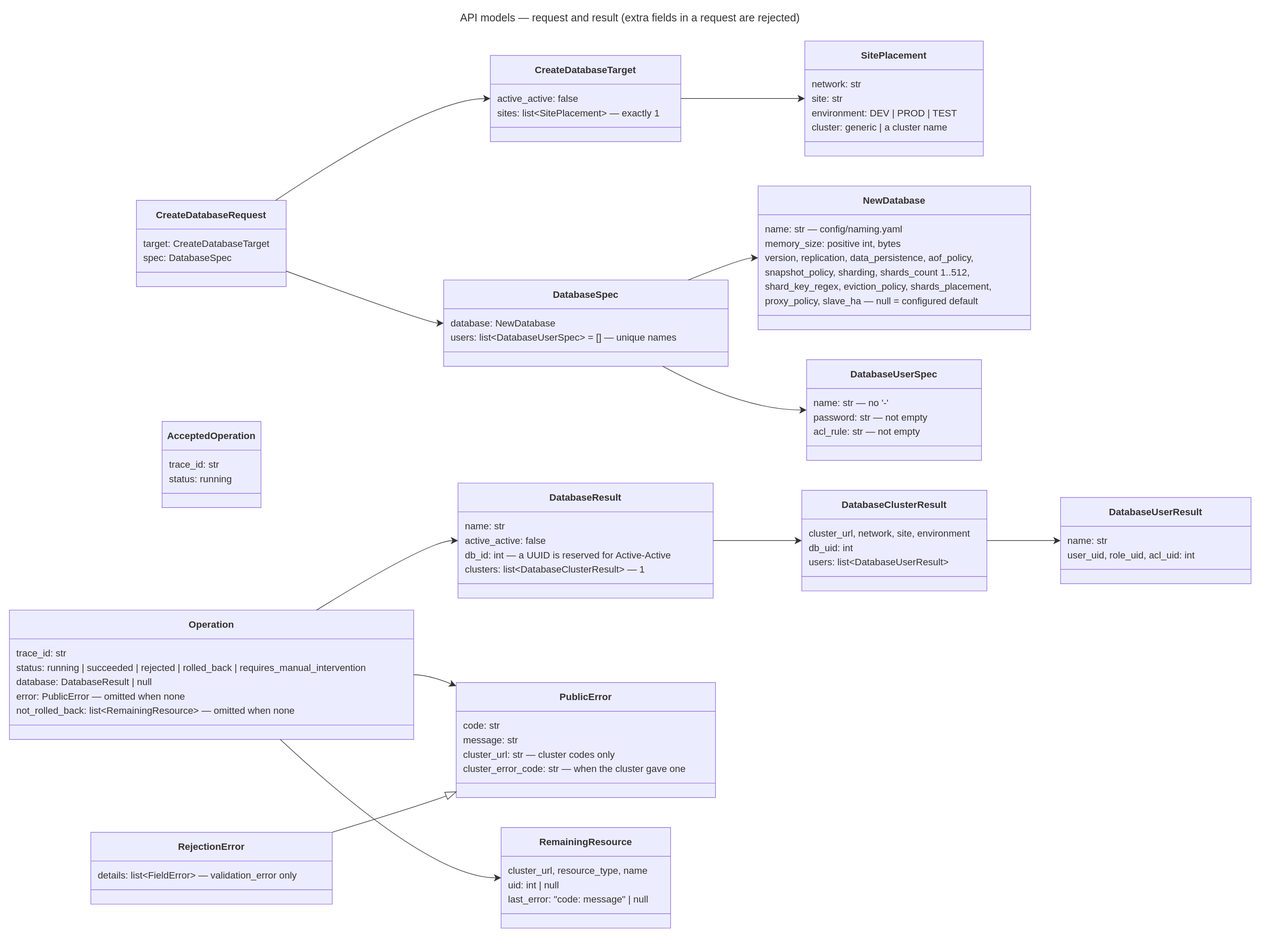
This is docs/diagrams/19-api-models-create.drawio.svg from EliShteinman/redis-enterprise-services, a draw.io export, as it was before one commit. Source tidied: cells renumbered, new cells last; positions are measured from the earlier drawing's top-left corner, leaving out a move shared by most shapes.
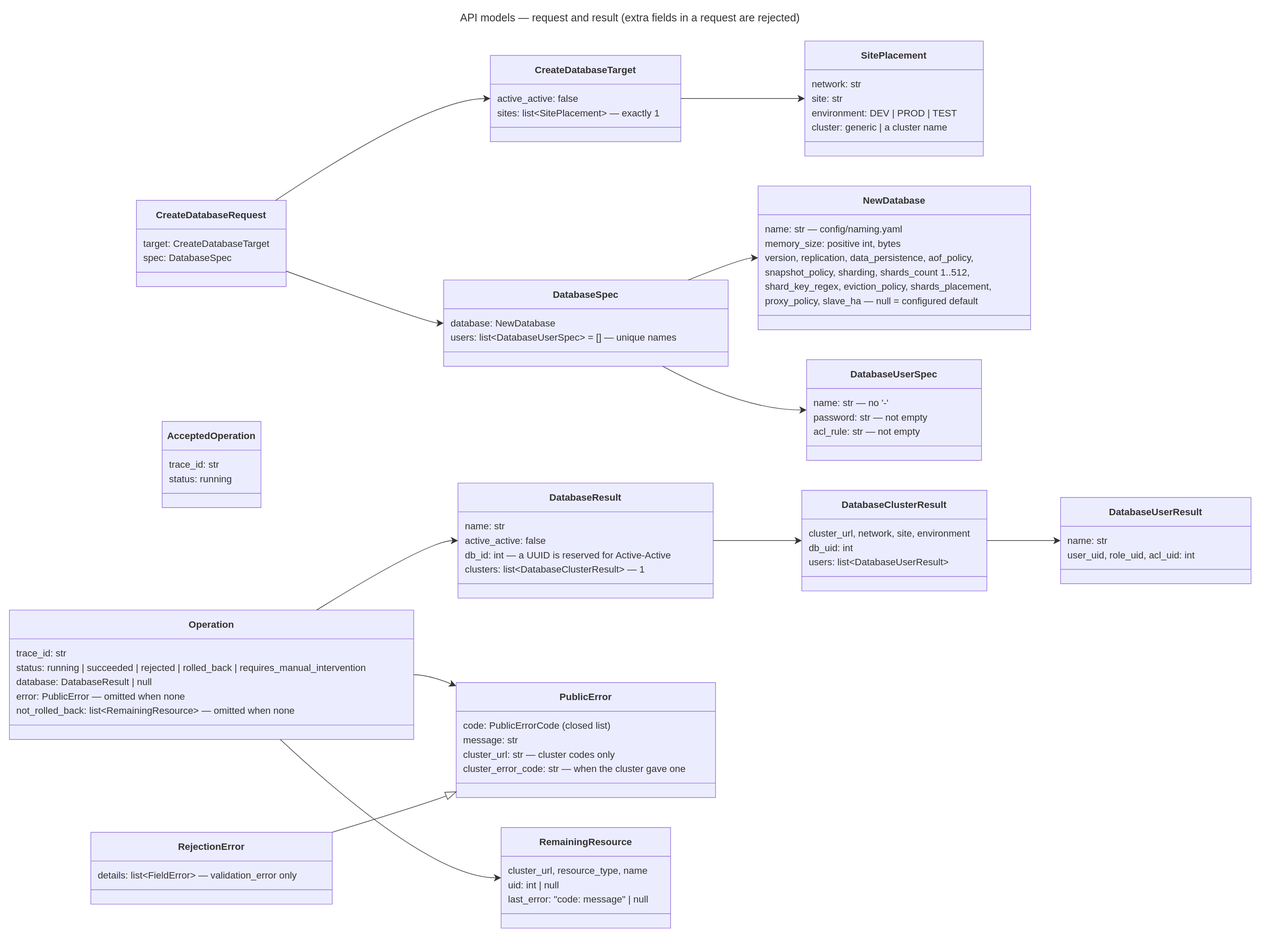
The same diagram one commit later.

Change to the diagram source:
```diff
@@ -176,7 +176,7 @@
     <mxCell id="59" value="&lt;b&gt;PublicError&lt;/b&gt;" style="swimlane;html=1;fontStyle=1;fontSize=16;align=center;verticalAlign=middle;horizontal=1;startSize=48;swimlaneFillColor=light-dark(#ECECFF,#1f2020);whiteSpace=wrap;fillColor=light-dark(#ECECFF,#1f2020);strokeColor=light-dark(#9370DB,#cccccc);fontColor=light-dark(#333333,#cccccc);fontFamily=Trebuchet MS,Verdana,Arial,sans-serif;" parent="1" vertex="1">
       <mxGeometry x="746" y="1124" width="433" height="192" as="geometry" />
     </mxCell>
-    <mxCell id="60" value="code: str" style="text;fontSize=16;strokeColor=none;fillColor=none;align=left;verticalAlign=middle;spacingLeft=10;spacingRight=12;spacingBottom=2;overflow=hidden;fontFamily=Trebuchet MS,Verdana,Arial,sans-serif;fontColor=light-dark(#333333,#cccccc);" parent="59" vertex="1">
+    <mxCell id="60" value="code: PublicErrorCode (closed list)" style="text;fontSize=16;strokeColor=none;fillColor=none;align=left;verticalAlign=middle;spacingLeft=10;spacingRight=12;spacingBottom=2;overflow=hidden;fontFamily=Trebuchet MS,Verdana,Arial,sans-serif;fontColor=light-dark(#333333,#cccccc);" parent="59" vertex="1">
       <mxGeometry y="60" width="433" height="24" as="geometry" />
     </mxCell>
     <mxCell id="61" value="message: str" style="text;fontSize=16;strokeColor=none;fillColor=none;align=left;verticalAlign=middle;spacingLeft=10;spacingRight=12;spacingBottom=2;overflow=hidden;fontFamily=Trebuchet MS,Verdana,Arial,sans-serif;fontColor=light-dark(#333333,#cccccc);" parent="59" vertex="1">
```
